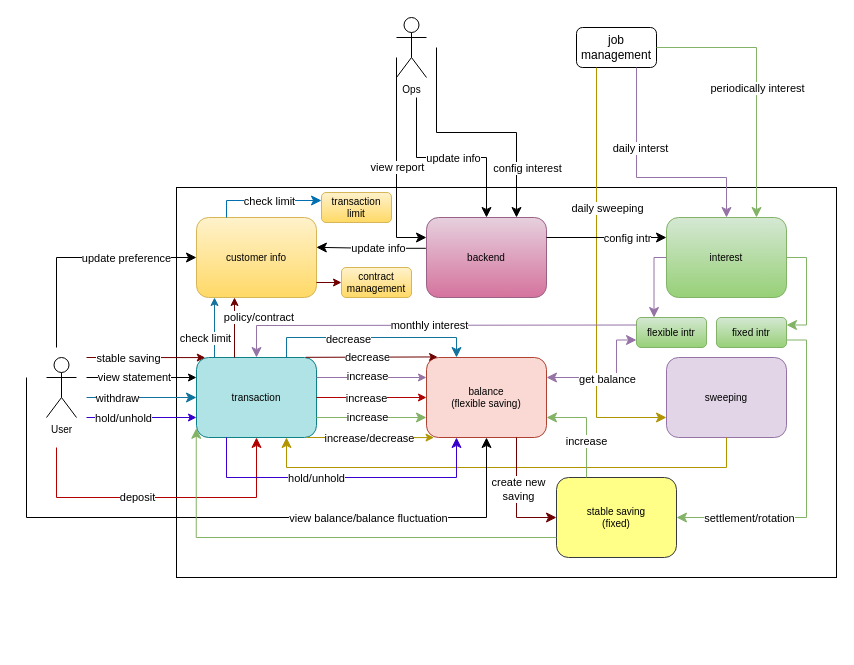
Earlier version of the draw.io diagram cash_deposit_detail.drawio (khuynhthanhchiluyen/draw.io). Source tidied: cells renumbered, new cells numbered last; positions are measured from the earlier drawing's top-left corner, leaving out a move shared by most shapes. Both pictures are drawn from the tidied source at 100%, with x=0, y=0 at pixel (26, 17).
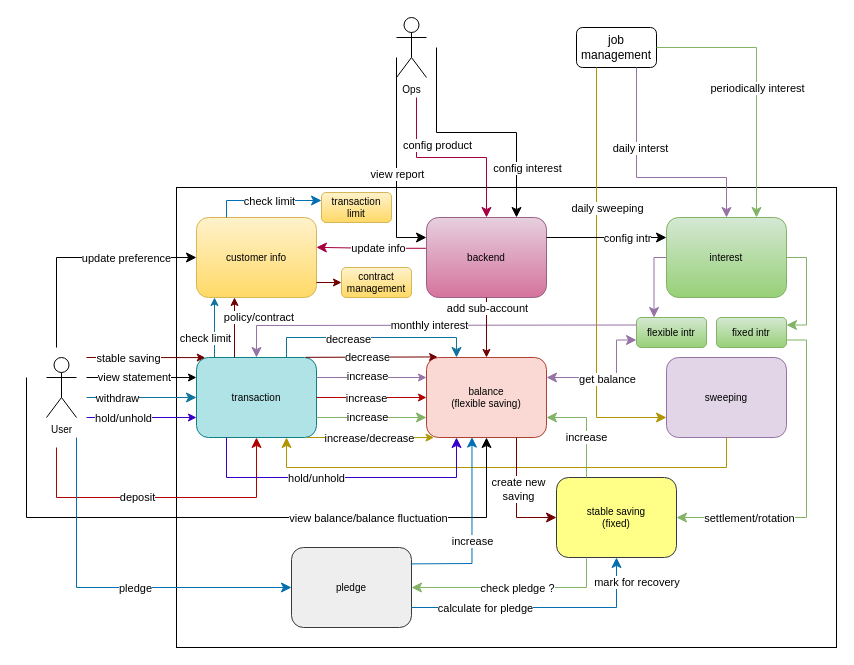
Above is the later version.

The change refers to these unchanged cells:
```xml
<mxCell id="4" value="transaction" style="rounded=1;whiteSpace=wrap;html=1;fontSize=10;fillColor=#b0e3e6;strokeColor=#0e8088;" parent="1" vertex="1">
  <mxGeometry x="170" y="340" width="120" height="80" as="geometry" />
</mxCell>
<mxCell id="5" value="backend" style="rounded=1;whiteSpace=wrap;html=1;fontSize=10;fillColor=#e6d0de;gradientColor=#d5739d;strokeColor=#996185;" parent="1" vertex="1">
  <mxGeometry x="400" y="200" width="120" height="80" as="geometry" />
</mxCell>
<mxCell id="7" value="customer info" style="rounded=1;whiteSpace=wrap;html=1;fontSize=10;fillColor=#fff2cc;gradientColor=#ffd966;strokeColor=#d6b656;" parent="1" vertex="1">
  <mxGeometry x="170" y="200" width="120" height="80" as="geometry" />
</mxCell>
<mxCell id="8" value="balance&lt;br&gt;(flexible saving)" style="rounded=1;whiteSpace=wrap;html=1;fontSize=10;fillColor=#fad9d5;strokeColor=#ae4132;" parent="1" vertex="1">
  <mxGeometry x="400" y="340" width="120" height="80" as="geometry" />
</mxCell>
<mxCell id="63" style="edgeStyle=elbowEdgeStyle;elbow=horizontal;endArrow=classic;html=1;curved=0;rounded=0;endSize=8;startSize=8;strokeColor=default;fontColor=default;entryX=0;entryY=0.25;entryDx=0;entryDy=0;" parent="1" edge="1" target="5">
  <mxGeometry relative="1" as="geometry">
    <mxPoint x="370" y="40" as="sourcePoint" />
    <Array as="points">
      <mxPoint x="370" y="180" />
      <mxPoint x="343" y="200" />
    </Array>
  </mxGeometry>
</mxCell>
<mxCell id="65" value="stable saving&lt;br&gt;(fixed)" style="rounded=1;whiteSpace=wrap;html=1;fontSize=10;fillColor=#ffff88;strokeColor=#36393d;" parent="1" vertex="1">
  <mxGeometry x="530" y="460" width="120" height="80" as="geometry" />
</mxCell>
```

Change to the diagram source:
```diff
@@
     <mxCell id="2" style="rounded=0;whiteSpace=wrap;html=1;fontColor=default;" parent="1" vertex="1">
-      <mxGeometry x="150" y="170" width="660" height="390" as="geometry" />
+      <mxGeometry x="150" y="170" width="660" height="460" as="geometry" />
     </mxCell>
@@
-    <mxCell id="18" style="edgeStyle=elbowEdgeStyle;elbow=vertical;endArrow=classic;html=1;curved=0;rounded=0;endSize=8;startSize=8;entryX=0.5;entryY=0;entryDx=0;entryDy=0;" parent="1" edge="1" target="5">
+    <mxCell id="18" style="edgeStyle=elbowEdgeStyle;elbow=vertical;endArrow=classic;html=1;curved=0;rounded=0;endSize=8;startSize=8;entryX=0.5;entryY=0;entryDx=0;entryDy=0;fillColor=#d80073;strokeColor=#A50040;" parent="1" edge="1" target="5">
       <mxGeometry relative="1" as="geometry">
         <mxPoint x="390" y="80" as="sourcePoint" />
       </mxGeometry>
     </mxCell>
-    <mxCell id="19" value="update info" style="edgeLabel;html=1;align=center;verticalAlign=middle;fontColor=default;" parent="18" vertex="1">
+    <mxCell id="19" value="config product" style="edgeLabel;html=1;align=center;verticalAlign=middle;fontColor=default;" parent="18" vertex="1">
       <mxGeometry x="-0.15" y="-1" relative="1" as="geometry">
-        <mxPoint x="15" y="-1" as="offset" />
+        <mxPoint x="-1" y="-14" as="offset" />
       </mxGeometry>
     </mxCell>
@@
-    <mxCell id="43" style="edgeStyle=elbowEdgeStyle;elbow=horizontal;endArrow=classic;html=1;curved=0;rounded=0;endSize=8;startSize=8;fontColor=default;entryX=0.999;entryY=0.373;entryDx=0;entryDy=0;exitX=-0.005;exitY=0.385;exitDx=0;exitDy=0;exitPerimeter=0;entryPerimeter=0;" parent="1" edge="1" source="5" target="7">
+    <mxCell id="43" style="edgeStyle=elbowEdgeStyle;elbow=horizontal;endArrow=classic;html=1;curved=0;rounded=0;endSize=8;startSize=8;fontColor=default;entryX=0.999;entryY=0.373;entryDx=0;entryDy=0;exitX=-0.005;exitY=0.385;exitDx=0;exitDy=0;exitPerimeter=0;entryPerimeter=0;fillColor=#d80073;strokeColor=#A50040;" parent="1" edge="1" source="5" target="7">
       <mxGeometry relative="1" as="geometry" />
     </mxCell>
@@
     <mxCell id="64" value="view report" style="edgeLabel;html=1;align=center;verticalAlign=middle;fontColor=default;" parent="63" vertex="1">
       <mxGeometry x="0.13" relative="1" as="geometry">
-        <mxPoint y="-10" as="offset" />
+        <mxPoint y="-3" as="offset" />
       </mxGeometry>
     </mxCell>
@@
-    <mxCell id="68" style="edgeStyle=elbowEdgeStyle;elbow=vertical;endArrow=classic;html=1;curved=0;rounded=0;endSize=8;startSize=8;strokeColor=#82b366;fontColor=default;exitX=0;exitY=0.75;exitDx=0;exitDy=0;fillColor=#d5e8d4;entryX=-0.002;entryY=0.885;entryDx=0;entryDy=0;entryPerimeter=0;" parent="1" edge="1" source="65" target="4">
-      <mxGeometry relative="1" as="geometry">
-        <Array as="points">
-          <mxPoint x="290" y="520" />
-          <mxPoint x="400" y="520" />
-        </Array>
-      </mxGeometry>
-    </mxCell>
-    <mxCell id="69" style="edgeStyle=elbowEdgeStyle;elbow=vertical;endArrow=classic;html=1;curved=0;rounded=0;endSize=8;startSize=8;strokeColor=#82b366;fontColor=default;exitX=0.25;exitY=0;exitDx=0;exitDy=0;entryX=1;entryY=0.75;entryDx=0;entryDy=0;fillColor=#d5e8d4;" parent="1" edge="1" source="65" target="8">
+    <mxCell id="69" style="edgeStyle=elbowEdgeStyle;elbow=vertical;endArrow=classic;html=1;curved=0;rounded=0;endSize=8;startSize=8;strokeColor=#82b366;fontColor=default;entryX=1;entryY=0.5;entryDx=0;entryDy=0;fillColor=#d5e8d4;" parent="1" edge="1" target="84">
       <mxGeometry relative="1" as="geometry">
+        <mxPoint x="560" y="540" as="sourcePoint" />
         <Array as="points">
-          <mxPoint x="540" y="400" />
+          <mxPoint x="480" y="570" />
         </Array>
       </mxGeometry>
     </mxCell>
-    <mxCell id="70" value="increase" style="edgeLabel;html=1;align=center;verticalAlign=middle;fontColor=default;" parent="69" vertex="1">
-      <mxGeometry x="-0.26" y="1" relative="1" as="geometry" />
+    <mxCell id="70" value="check pledge ?" style="edgeLabel;html=1;align=center;verticalAlign=middle;fontColor=default;" parent="69" vertex="1">
+      <mxGeometry x="-0.26" y="1" relative="1" as="geometry">
+        <mxPoint x="-24" y="-1" as="offset" />
+      </mxGeometry>
     </mxCell>
@@
+    <mxCell id="82" style="endArrow=classic;html=1;rounded=0;exitX=0.5;exitY=1;exitDx=0;exitDy=0;entryX=0.5;entryY=0;entryDx=0;entryDy=0;fillColor=#a20025;strokeColor=#6F0000;" parent="1" edge="1" source="5" target="8">
+      <mxGeometry relative="1" as="geometry" />
+    </mxCell>
+    <mxCell id="83" value="add sub-account" style="edgeLabel;html=1;align=center;verticalAlign=middle;" parent="82" vertex="1">
+      <mxGeometry x="-0.56" relative="1" as="geometry">
+        <mxPoint y="-3" as="offset" />
+      </mxGeometry>
+    </mxCell>
+    <mxCell id="84" value="pledge" style="rounded=1;whiteSpace=wrap;html=1;fontSize=10;fillColor=#eeeeee;strokeColor=#36393d;" parent="1" vertex="1">
+      <mxGeometry x="265" y="530" width="120" height="80" as="geometry" />
+    </mxCell>
+    <mxCell id="85" style="edgeStyle=elbowEdgeStyle;elbow=vertical;endArrow=classic;html=1;curved=0;rounded=0;endSize=8;startSize=8;exitX=0.25;exitY=0;exitDx=0;exitDy=0;fillColor=#d5e8d4;strokeColor=#82b366;gradientColor=#97d077;" parent="1" edge="1" source="65">
+      <mxGeometry relative="1" as="geometry">
+        <mxPoint x="520" y="400" as="targetPoint" />
+        <Array as="points">
+          <mxPoint x="530" y="400" />
+        </Array>
+      </mxGeometry>
+    </mxCell>
+    <mxCell id="86" value="increase" style="edgeLabel;html=1;align=center;verticalAlign=middle;" parent="85" vertex="1">
+      <mxGeometry x="-0.18" y="1" relative="1" as="geometry" />
+    </mxCell>
+    <mxCell id="87" style="edgeStyle=elbowEdgeStyle;elbow=vertical;endArrow=classic;html=1;curved=0;rounded=0;endSize=8;startSize=8;entryX=0;entryY=0.5;entryDx=0;entryDy=0;fillColor=#1ba1e2;strokeColor=#006EAF;" parent="1" edge="1" target="84">
+      <mxGeometry relative="1" as="geometry">
+        <mxPoint x="50" y="420" as="sourcePoint" />
+        <Array as="points">
+          <mxPoint x="150" y="570" />
+        </Array>
+      </mxGeometry>
+    </mxCell>
+    <mxCell id="88" value="pledge" style="edgeLabel;html=1;align=center;verticalAlign=middle;" parent="87" vertex="1">
+      <mxGeometry x="0.14" y="-1" relative="1" as="geometry">
+        <mxPoint y="-1" as="offset" />
+      </mxGeometry>
+    </mxCell>
+    <mxCell id="89" style="edgeStyle=elbowEdgeStyle;elbow=vertical;endArrow=classic;html=1;curved=0;rounded=0;endSize=8;startSize=8;exitX=1;exitY=0.75;exitDx=0;exitDy=0;entryX=0.5;entryY=1;entryDx=0;entryDy=0;fillColor=#1ba1e2;strokeColor=#006EAF;" parent="1" edge="1" source="84" target="65">
+      <mxGeometry relative="1" as="geometry">
+        <Array as="points">
+          <mxPoint x="390" y="590" />
+        </Array>
+      </mxGeometry>
+    </mxCell>
+    <mxCell id="90" value="calculate for pledge" style="edgeLabel;html=1;align=center;verticalAlign=middle;" parent="89" vertex="1">
+      <mxGeometry x="-0.46" relative="1" as="geometry">
+        <mxPoint x="4" as="offset" />
+      </mxGeometry>
+    </mxCell>
+    <mxCell id="91" value="mark for recovery&amp;nbsp;" style="edgeLabel;html=1;align=center;verticalAlign=middle;" parent="89" vertex="1">
+      <mxGeometry x="0.81" y="-1" relative="1" as="geometry">
+        <mxPoint x="20" as="offset" />
+      </mxGeometry>
+    </mxCell>
+    <mxCell id="92" style="edgeStyle=elbowEdgeStyle;elbow=vertical;endArrow=classic;html=1;curved=0;rounded=0;endSize=8;startSize=8;exitX=0.994;exitY=0.205;exitDx=0;exitDy=0;exitPerimeter=0;entryX=0.379;entryY=0.995;entryDx=0;entryDy=0;entryPerimeter=0;fillColor=#1ba1e2;strokeColor=#006EAF;" parent="1" edge="1" source="84" target="8">
+      <mxGeometry relative="1" as="geometry">
+        <Array as="points">
+          <mxPoint x="420" y="546" />
+        </Array>
+      </mxGeometry>
+    </mxCell>
+    <mxCell id="93" value="increase" style="edgeLabel;html=1;align=center;verticalAlign=middle;" parent="92" vertex="1">
+      <mxGeometry x="-0.11" relative="1" as="geometry" />
+    </mxCell>
```
